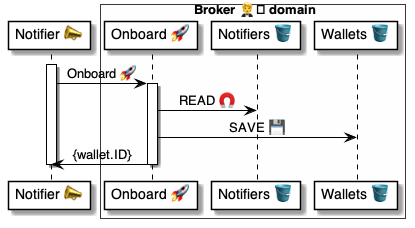
Earlier version of the PlantUML export 4 ⚙️ Solution/20 🧑‍🦰 UI/Brokers 🤵/🤵📨 Broker msgs/Wallets 🧑‍🦰 Onboard 📣🚀🤵/🤵 Onboard ⚙️ uml.png (pollyweb-org/pollyweb-docs). Its source is kept beside it as 4 ⚙️ Solution/20 🧑‍🦰 UI/Brokers 🤵/🤵📨 Broker msgs/Wallets 🧑‍🦰 Onboard 📣🚀🤵/🤵 Onboard ⚙️ uml.puml.
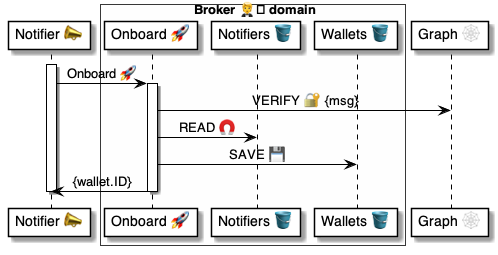
Above is the later version.

Diff of the diagram source:
```diff
@@ -8,11 +8,15 @@
     participant "Notifiers 🪣" as notifiers
     participant "Wallets 🪣" as wallets
 end box
+participant "Graph 🕸" as graph
+
+
 
 activate wallet
     wallet -> broker: Onboard 🚀
 
     activate broker
+        broker -> graph: VERIFY 🔐 {msg}
         broker -> notifiers: READ 🧲
         broker -> wallets: SAVE 💾
         broker -> wallet: {wallet.ID}
```
